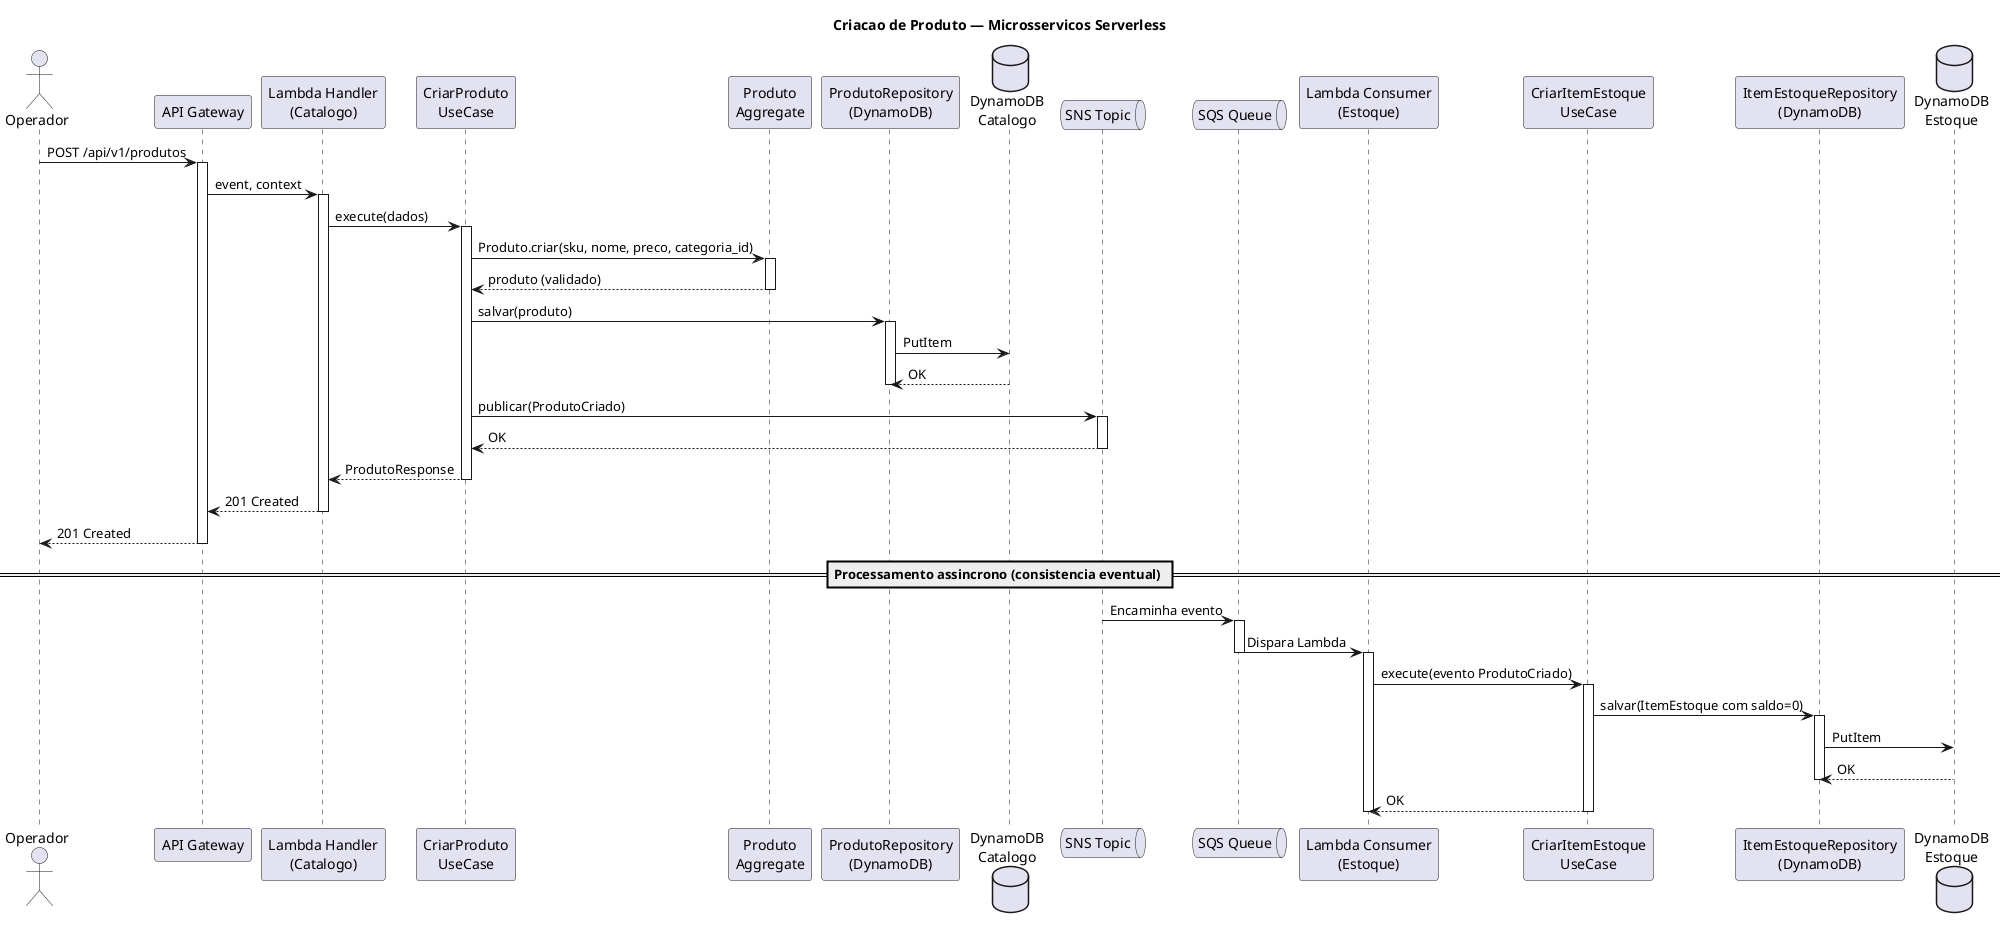
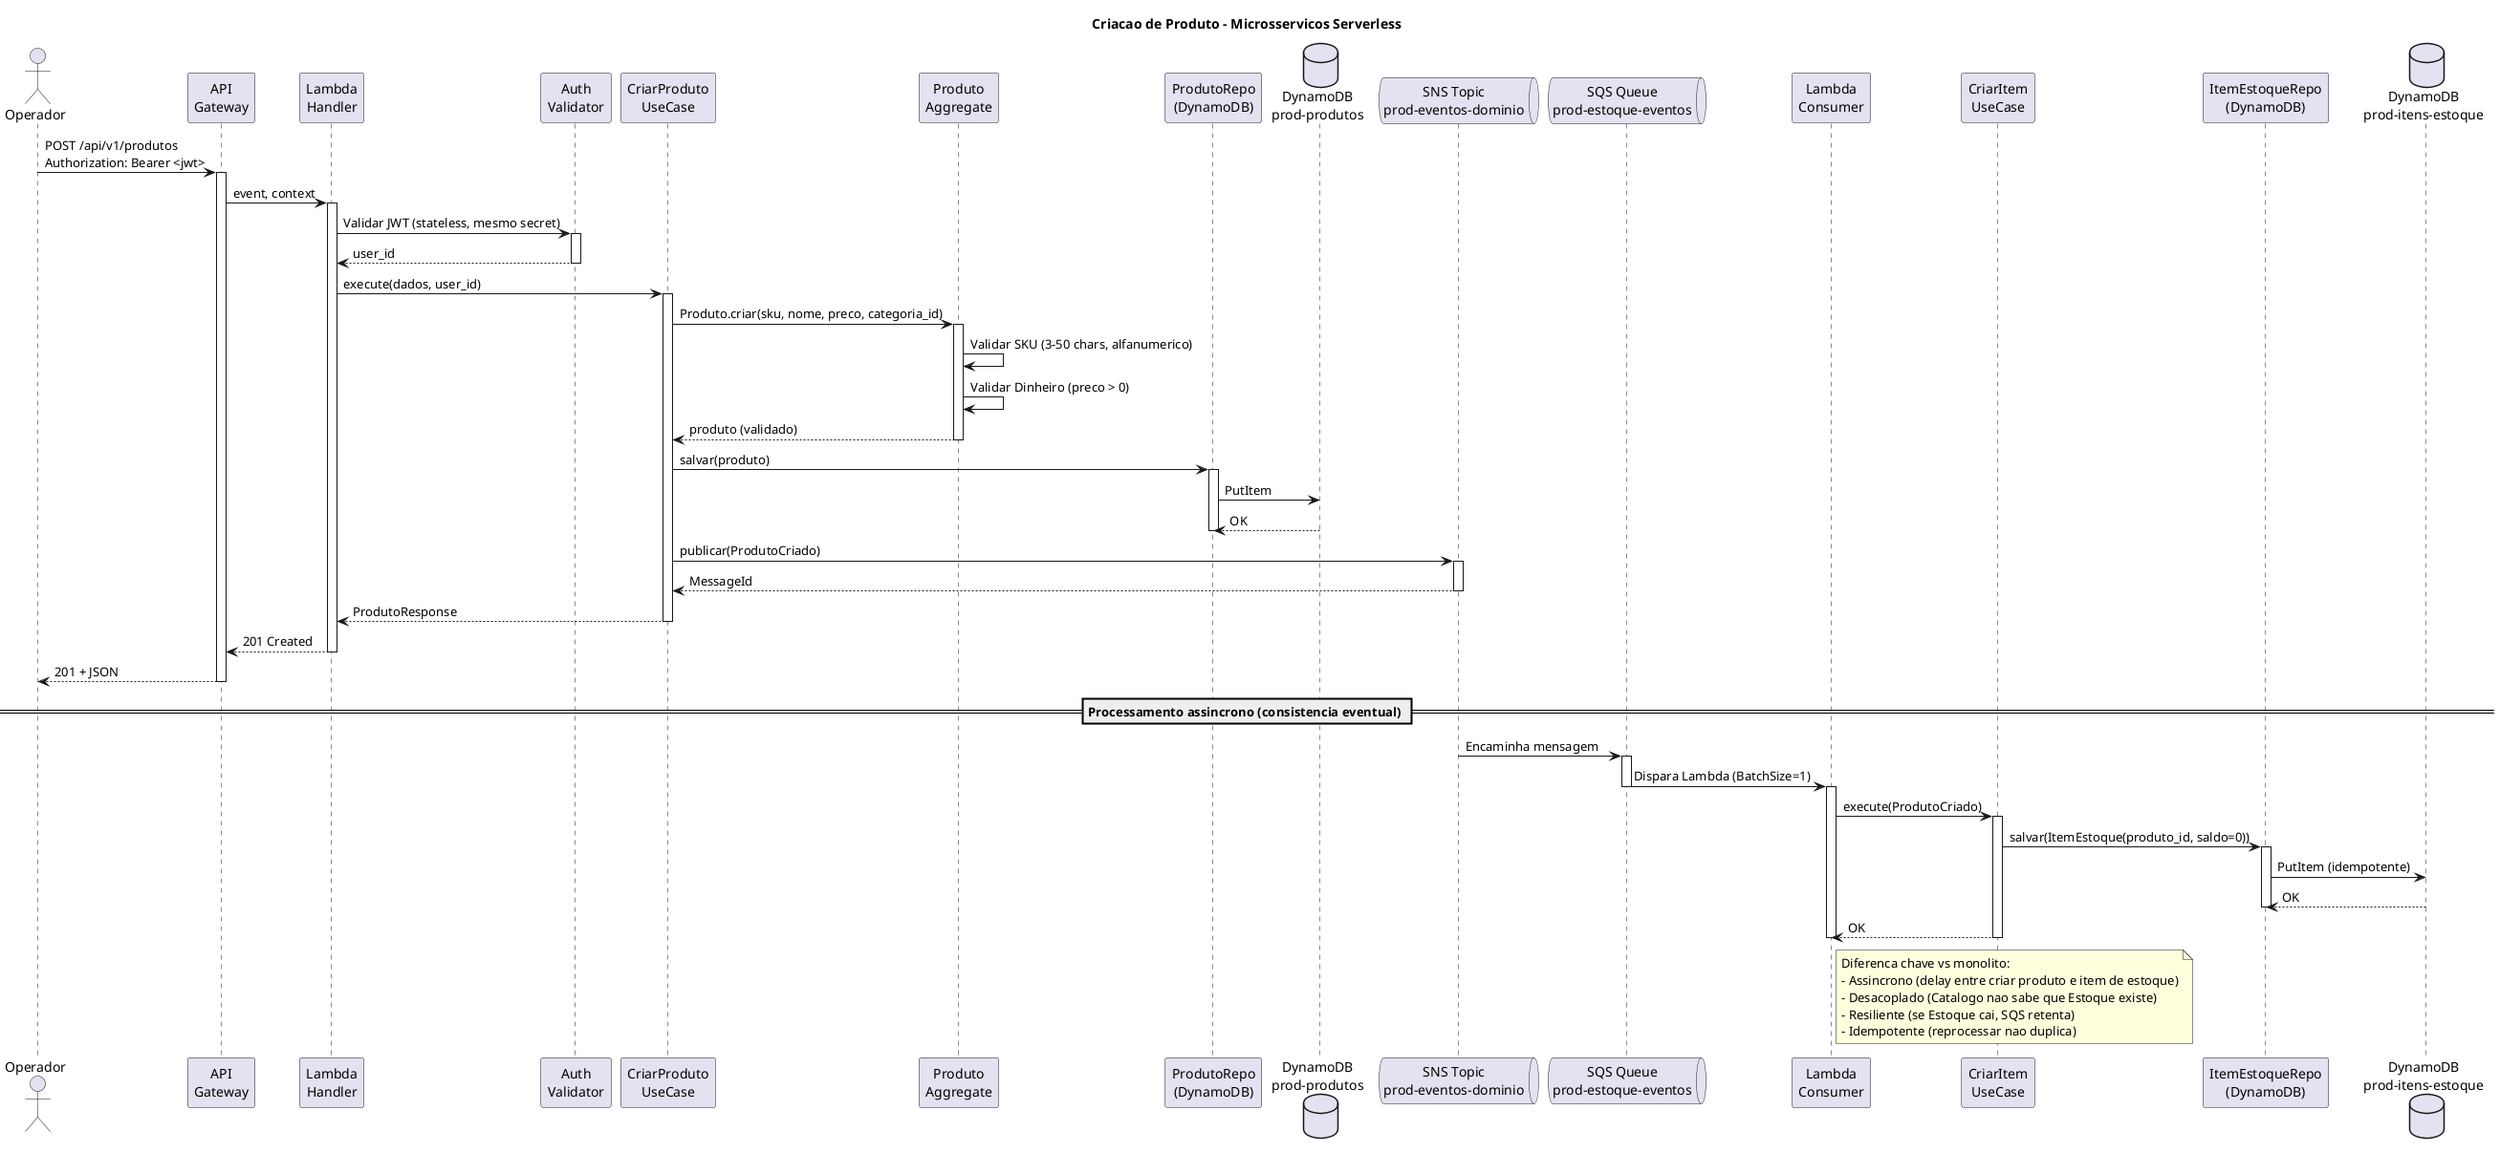
@startuml sequence-create-product-microservices
- title Criacao de Produto — Microsservicos Serverless
+ title Criacao de Produto - Microsservicos Serverless

actor Operador
- participant "API Gateway" as apigw
- participant "Lambda Handler\n(Catalogo)" as lambda
+ participant "API\nGateway" as apigw
+ participant "Lambda\nHandler" as lambda
+ participant "Auth\nValidator" as auth
participant "CriarProduto\nUseCase" as uc
participant "Produto\nAggregate" as domain
- participant "ProdutoRepository\n(DynamoDB)" as repo
- database "DynamoDB\nCatalogo" as dynamo
- queue "SNS Topic" as sns
- queue "SQS Queue" as sqs
- participant "Lambda Consumer\n(Estoque)" as consumer
- participant "CriarItemEstoque\nUseCase" as uc_est
- participant "ItemEstoqueRepository\n(DynamoDB)" as repo_est
- database "DynamoDB\nEstoque" as dynamo_est
+ participant "ProdutoRepo\n(DynamoDB)" as repo
+ database "DynamoDB\nprod-produtos" as dynamo
+ queue "SNS Topic\nprod-eventos-dominio" as sns
+ queue "SQS Queue\nprod-estoque-eventos" as sqs
+ participant "Lambda\nConsumer" as consumer
+ participant "CriarItem\nUseCase" as uc_est
+ participant "ItemEstoqueRepo\n(DynamoDB)" as repo_est
+ database "DynamoDB\nprod-itens-estoque" as dynamo_est

- Operador -> apigw: POST /api/v1/produtos
+ Operador -> apigw: POST /api/v1/produtos\nAuthorization: Bearer <jwt>
activate apigw
- 
apigw -> lambda: event, context
activate lambda

- lambda -> uc: execute(dados)
+ lambda -> auth: Validar JWT (stateless, mesmo secret)
+ activate auth
+ auth --> lambda: user_id
+ deactivate auth
+ 
+ lambda -> uc: execute(dados, user_id)
activate uc

uc -> domain: Produto.criar(sku, nome, preco, categoria_id)
activate domain
+ domain -> domain: Validar SKU (3-50 chars, alfanumerico)
+ domain -> domain: Validar Dinheiro (preco > 0)
domain --> uc: produto (validado)
deactivate domain

uc -> repo: salvar(produto)
activate repo
repo -> dynamo: PutItem
dynamo --> repo: OK
deactivate repo

uc -> sns: publicar(ProdutoCriado)
activate sns
- sns --> uc: OK
+ sns --> uc: MessageId
deactivate sns

uc --> lambda: ProdutoResponse
deactivate uc

lambda --> apigw: 201 Created
deactivate lambda
- 
- apigw --> Operador: 201 Created
+ apigw --> Operador: 201 + JSON
deactivate apigw

== Processamento assincrono (consistencia eventual) ==

- sns -> sqs: Encaminha evento
+ sns -> sqs: Encaminha mensagem
activate sqs
- sqs -> consumer: Dispara Lambda
+ sqs -> consumer: Dispara Lambda (BatchSize=1)
deactivate sqs
activate consumer

- consumer -> uc_est: execute(evento ProdutoCriado)
+ consumer -> uc_est: execute(ProdutoCriado)
activate uc_est

- uc_est -> repo_est: salvar(ItemEstoque com saldo=0)
+ uc_est -> repo_est: salvar(ItemEstoque(produto_id, saldo=0))
activate repo_est
- repo_est -> dynamo_est: PutItem
+ repo_est -> dynamo_est: PutItem (idempotente)
dynamo_est --> repo_est: OK
deactivate repo_est

uc_est --> consumer: OK
deactivate uc_est
deactivate consumer

+ note right of consumer
+   Diferenca chave vs monolito:
+   - Assincrono (delay entre criar produto e item de estoque)
+   - Desacoplado (Catalogo nao sabe que Estoque existe)
+   - Resiliente (se Estoque cai, SQS retenta)
+   - Idempotente (reprocessar nao duplica)
+ end note
+ 
@enduml
